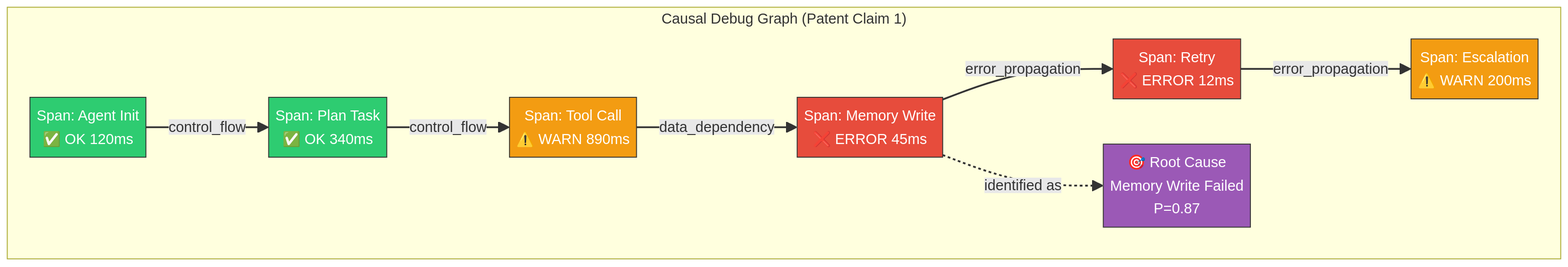
This is docs/diagrams/causal-debug-graph.png from Alexi5000/CipherClaw, a Mermaid export, as it was before one commit. Its source is kept beside it as docs/diagrams/causal-debug-graph.mmd. Its diagram source:
```mermaid
graph LR
    subgraph "Causal Debug Graph (Patent Claim 1)"
        direction LR
        S1["Span: Agent Init<br/>✅ OK 120ms"]
        S2["Span: Plan Task<br/>✅ OK 340ms"]
        S3["Span: Tool Call<br/>⚠️ WARN 890ms"]
        S4["Span: Memory Write<br/>❌ ERROR 45ms"]
        S5["Span: Retry<br/>❌ ERROR 12ms"]
        S6["Span: Escalation<br/>⚠️ WARN 200ms"]

        S1 -->|"control_flow"| S2
        S2 -->|"control_flow"| S3
        S3 -->|"data_dependency"| S4
        S4 -->|"error_propagation"| S5
        S5 -->|"error_propagation"| S6

        RC["🎯 Root Cause<br/>Memory Write Failed<br/>P=0.87"]
        S4 -.->|"identified as"| RC
    end

    style S1 fill:#2ecc71,stroke:#333,color:#fff
    style S2 fill:#2ecc71,stroke:#333,color:#fff
    style S3 fill:#f39c12,stroke:#333,color:#fff
    style S4 fill:#e74c3c,stroke:#333,color:#fff
    style S5 fill:#e74c3c,stroke:#333,color:#fff
    style S6 fill:#f39c12,stroke:#333,color:#fff
    style RC fill:#9b59b6,stroke:#333,color:#fff
```
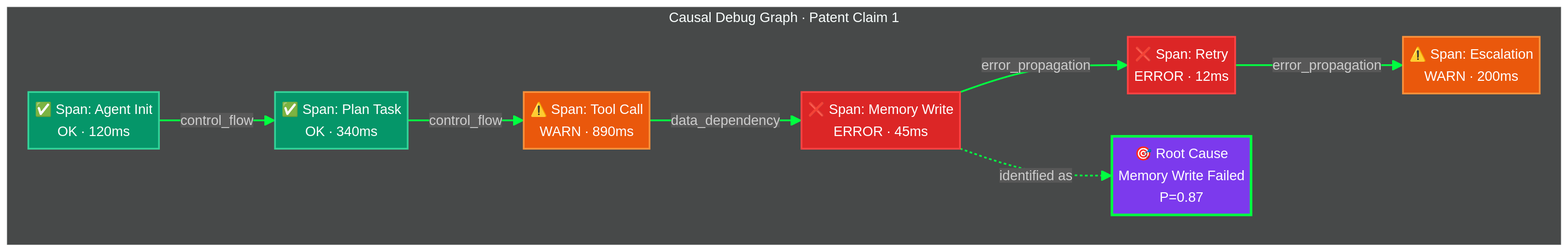
The same file after the commit.

What changed in the source:
```diff
@@ -1,27 +1,28 @@
+%%{init: {'theme': 'dark', 'themeVariables': {'primaryColor': '#7c3aed', 'primaryTextColor': '#e0e0e0', 'lineColor': '#00ff41'}}}%%
+
 graph LR
-    subgraph "Causal Debug Graph (Patent Claim 1)"
+    subgraph CDG["Causal Debug Graph · Patent Claim 1"]
         direction LR
-        S1["Span: Agent Init<br/>✅ OK 120ms"]
-        S2["Span: Plan Task<br/>✅ OK 340ms"]
-        S3["Span: Tool Call<br/>⚠️ WARN 890ms"]
-        S4["Span: Memory Write<br/>❌ ERROR 45ms"]
-        S5["Span: Retry<br/>❌ ERROR 12ms"]
-        S6["Span: Escalation<br/>⚠️ WARN 200ms"]
+        S1["✅ Span: Agent Init<br/>OK · 120ms"]
+        S2["✅ Span: Plan Task<br/>OK · 340ms"]
+        S3["⚠️ Span: Tool Call<br/>WARN · 890ms"]
+        S4["❌ Span: Memory Write<br/>ERROR · 45ms"]
+        S5["❌ Span: Retry<br/>ERROR · 12ms"]
+        S6["⚠️ Span: Escalation<br/>WARN · 200ms"]
+        RC["🎯 Root Cause<br/>Memory Write Failed<br/>P=0.87"]
 
         S1 -->|"control_flow"| S2
         S2 -->|"control_flow"| S3
         S3 -->|"data_dependency"| S4
         S4 -->|"error_propagation"| S5
         S5 -->|"error_propagation"| S6
-
-        RC["🎯 Root Cause<br/>Memory Write Failed<br/>P=0.87"]
         S4 -.->|"identified as"| RC
     end
 
-    style S1 fill:#2ecc71,stroke:#333,color:#fff
-    style S2 fill:#2ecc71,stroke:#333,color:#fff
-    style S3 fill:#f39c12,stroke:#333,color:#fff
-    style S4 fill:#e74c3c,stroke:#333,color:#fff
-    style S5 fill:#e74c3c,stroke:#333,color:#fff
-    style S6 fill:#f39c12,stroke:#333,color:#fff
-    style RC fill:#9b59b6,stroke:#333,color:#fff
+    style S1 fill:#059669,stroke:#34d399,stroke-width:2px,color:#fff
+    style S2 fill:#059669,stroke:#34d399,stroke-width:2px,color:#fff
+    style S3 fill:#ea580c,stroke:#fb923c,stroke-width:2px,color:#fff
+    style S4 fill:#dc2626,stroke:#ff4444,stroke-width:2px,color:#fff
+    style S5 fill:#dc2626,stroke:#ff4444,stroke-width:2px,color:#fff
+    style S6 fill:#ea580c,stroke:#fb923c,stroke-width:2px,color:#fff
+    style RC fill:#7c3aed,stroke:#00ff41,stroke-width:3px,color:#fff
```
